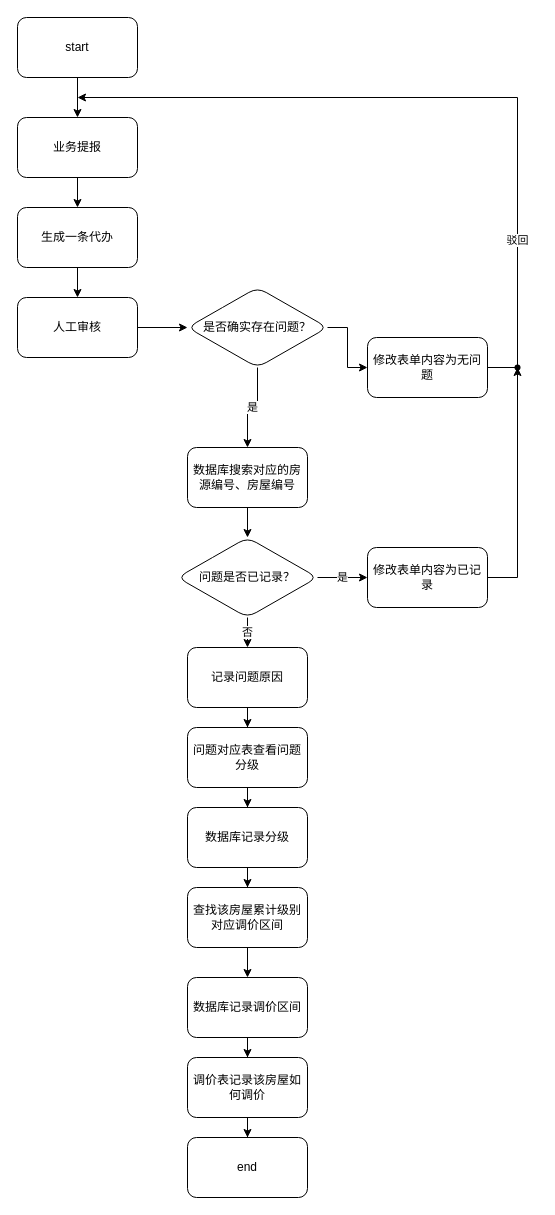
Earlier version of the draw.io diagram test111.drawio (inris/Test1). Source tidied: cells renumbered, new cells numbered last; positions are measured from the earlier drawing's top-left corner, leaving out a move shared by most shapes. Both pictures are drawn from the tidied source at 100%, with x=0, y=0 at pixel (17, 17).
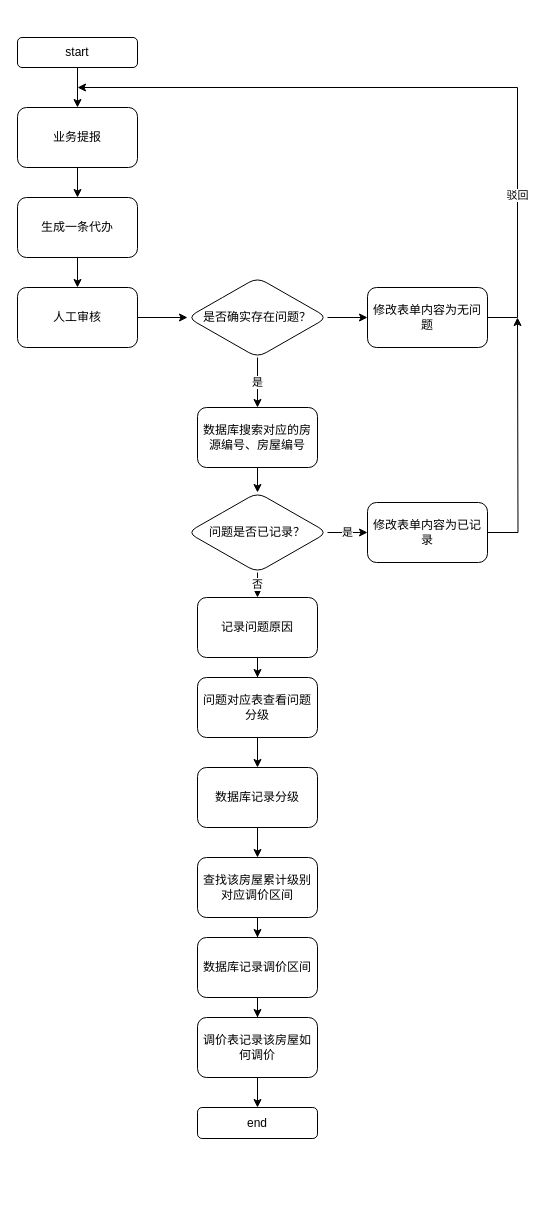
Above is the later version.

Diff of the diagram source:
```diff
@@
     <mxCell id="3" value="start" style="rounded=1;whiteSpace=wrap;html=1;" parent="1" vertex="1">
-      <mxGeometry width="120" height="60" as="geometry" />
+      <mxGeometry y="20" width="120" height="30" as="geometry" />
     </mxCell>
@@
     <mxCell id="5" value="业务提报" style="rounded=1;whiteSpace=wrap;html=1;" parent="1" vertex="1">
-      <mxGeometry y="100" width="120" height="60" as="geometry" />
+      <mxGeometry y="90" width="120" height="60" as="geometry" />
     </mxCell>
@@
     <mxCell id="7" value="生成一条代办" style="rounded=1;whiteSpace=wrap;html=1;" parent="1" vertex="1">
-      <mxGeometry y="190" width="120" height="60" as="geometry" />
+      <mxGeometry y="180" width="120" height="60" as="geometry" />
     </mxCell>
@@
     <mxCell id="9" value="人工审核" style="rounded=1;whiteSpace=wrap;html=1;" parent="1" vertex="1">
-      <mxGeometry y="280" width="120" height="60" as="geometry" />
+      <mxGeometry y="270" width="120" height="60" as="geometry" />
     </mxCell>
@@
     <mxCell id="12" value="是否确实存在问题？" style="rhombus;whiteSpace=wrap;html=1;rounded=1;" parent="1" vertex="1">
-      <mxGeometry x="170" y="270" width="140" height="80" as="geometry" />
+      <mxGeometry x="170" y="260" width="140" height="80" as="geometry" />
     </mxCell>
@@
     <mxCell id="15" value="问题是否已记录？" style="rhombus;whiteSpace=wrap;html=1;rounded=1;" parent="1" vertex="1">
-      <mxGeometry x="160" y="520" width="140" height="80" as="geometry" />
+      <mxGeometry x="170" y="475" width="140" height="80" as="geometry" />
     </mxCell>
     <mxCell id="16" value="数据库搜索对应的房源编号、房屋编号" style="whiteSpace=wrap;html=1;rounded=1;" parent="1" vertex="1">
-      <mxGeometry x="170" y="430" width="120" height="60" as="geometry" />
+      <mxGeometry x="180" y="390" width="120" height="60" as="geometry" />
     </mxCell>
     <mxCell id="17" value="修改表单内容为无问题" style="whiteSpace=wrap;html=1;rounded=1;" parent="1" vertex="1">
-      <mxGeometry x="350" y="320" width="120" height="60" as="geometry" />
+      <mxGeometry x="350" y="270" width="120" height="60" as="geometry" />
     </mxCell>
-    <mxCell id="18" style="edgeStyle=orthogonalEdgeStyle;rounded=0;orthogonalLoop=1;jettySize=auto;html=1;endArrow=classic;strokeWidth=1;strokeColor=default;targetPerimeterSpacing=0;endFill=1;" parent="1" edge="1">
+    <mxCell id="18" style="edgeStyle=orthogonalEdgeStyle;rounded=0;jettySize=auto;html=1;endArrow=classic;strokeWidth=1;strokeColor=default;targetPerimeterSpacing=0;endFill=1;exitX=1;exitY=0.5;exitDx=0;exitDy=0;" parent="1" edge="1" source="17">
       <mxGeometry relative="1" as="geometry">
-        <mxPoint x="470" y="350" as="sourcePoint" />
-        <mxPoint x="60" y="80" as="targetPoint" />
+        <mxPoint x="60" y="70" as="targetPoint" />
         <Array as="points">
-          <mxPoint x="500" y="350" />
-          <mxPoint x="500" y="80" />
+          <mxPoint x="500" y="300" />
+          <mxPoint x="500" y="70" />
         </Array>
       </mxGeometry>
     </mxCell>
@@
-    <mxCell id="20" style="edgeStyle=orthogonalEdgeStyle;rounded=0;jettySize=auto;html=1;strokeColor=default;strokeWidth=1;startArrow=none;startFill=0;endArrow=classic;endFill=1;targetPerimeterSpacing=0;" parent="1" edge="1" source="21" target="22">
-      <mxGeometry relative="1" as="geometry" />
+    <mxCell id="20" style="edgeStyle=orthogonalEdgeStyle;rounded=0;jettySize=auto;html=1;strokeColor=default;strokeWidth=1;startArrow=none;startFill=0;endArrow=classic;endFill=1;targetPerimeterSpacing=0;" parent="1" edge="1" source="21">
+      <mxGeometry relative="1" as="geometry">
+        <mxPoint x="500" y="300" as="targetPoint" />
+      </mxGeometry>
     </mxCell>
     <mxCell id="21" value="修改表单内容为已记录" style="whiteSpace=wrap;html=1;rounded=1;" parent="1" vertex="1">
-      <mxGeometry x="350" y="530" width="120" height="60" as="geometry" />
+      <mxGeometry x="350" y="485" width="120" height="60" as="geometry" />
     </mxCell>
-    <mxCell id="22" style="shape=waypoint;sketch=0;size=6;points=[];fillColor=default;perimeter=centerPerimeter;snapToPoint=1;rounded=1;" parent="1" vertex="1">
-      <mxGeometry x="480" y="330" width="40" height="40" as="geometry" />
-    </mxCell>
@@
     <mxCell id="25" value="记录问题原因" style="rounded=1;whiteSpace=wrap;html=1;" parent="1" vertex="1">
-      <mxGeometry x="170" y="630" width="120" height="60" as="geometry" />
+      <mxGeometry x="180" y="580" width="120" height="60" as="geometry" />
     </mxCell>
@@
     <mxCell id="27" value="问题对应表查看问题分级" style="whiteSpace=wrap;html=1;rounded=1;" parent="1" vertex="1">
-      <mxGeometry x="170" y="710" width="120" height="60" as="geometry" />
+      <mxGeometry x="180" y="660" width="120" height="60" as="geometry" />
     </mxCell>
@@
     <mxCell id="29" value="数据库记录分级" style="whiteSpace=wrap;html=1;rounded=1;" parent="1" vertex="1">
-      <mxGeometry x="170" y="790" width="120" height="60" as="geometry" />
+      <mxGeometry x="180" y="750" width="120" height="60" as="geometry" />
     </mxCell>
@@
     <mxCell id="31" value="查找该房屋累计级别对应调价区间" style="whiteSpace=wrap;html=1;rounded=1;" parent="1" vertex="1">
-      <mxGeometry x="170" y="870" width="120" height="60" as="geometry" />
+      <mxGeometry x="180" y="840" width="120" height="60" as="geometry" />
     </mxCell>
@@
     <mxCell id="33" value="数据库记录调价区间" style="whiteSpace=wrap;html=1;rounded=1;" parent="1" vertex="1">
-      <mxGeometry x="170" y="960" width="120" height="60" as="geometry" />
+      <mxGeometry x="180" y="920" width="120" height="60" as="geometry" />
     </mxCell>
@@
     <mxCell id="35" value="调价表记录该房屋如何调价" style="whiteSpace=wrap;html=1;rounded=1;" parent="1" vertex="1">
-      <mxGeometry x="170" y="1040" width="120" height="60" as="geometry" />
+      <mxGeometry x="180" y="1000" width="120" height="60" as="geometry" />
     </mxCell>
     <mxCell id="36" value="end" style="whiteSpace=wrap;html=1;rounded=1;" parent="1" vertex="1">
-      <mxGeometry x="170" y="1120" width="120" height="60" as="geometry" />
+      <mxGeometry x="180" y="1090" width="120" height="31" as="geometry" />
     </mxCell>
```
